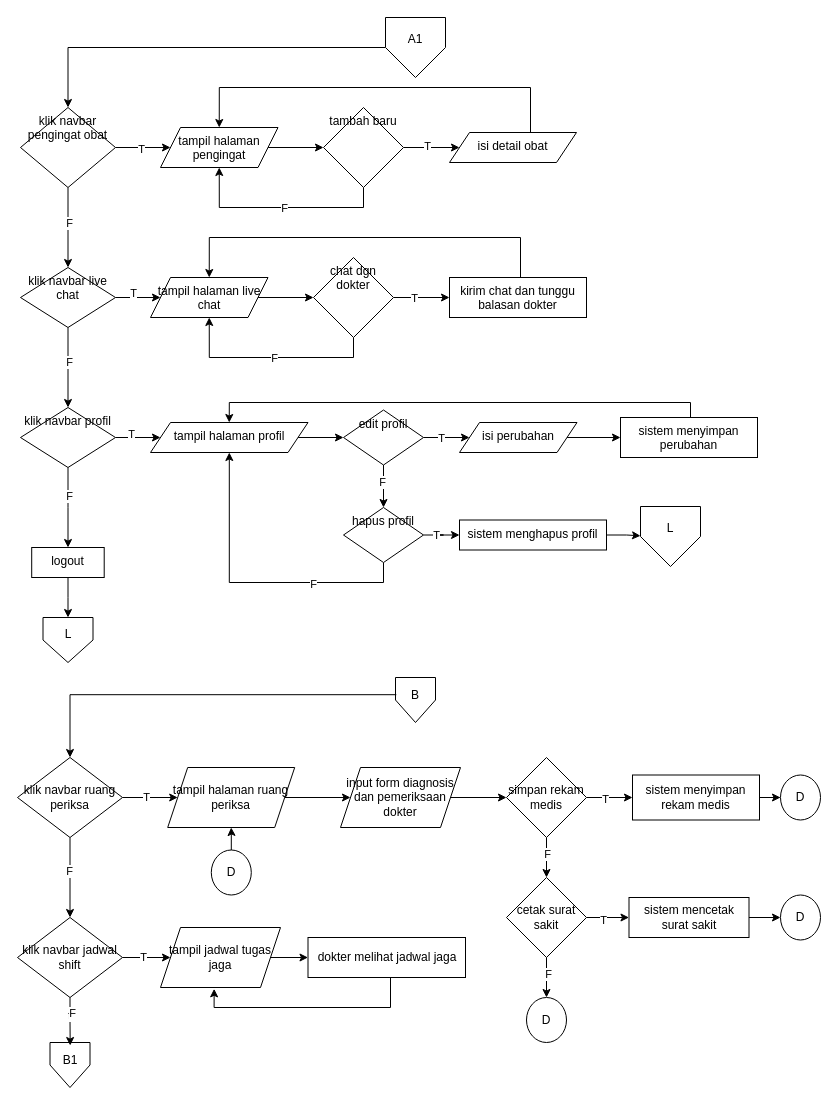
This is page "Page-3" (3 of 8) of FLOWCHART SENTRA FARMA.drawio from rayshaaaf/PROJECT-SENTRA-FARMA, a draw.io file, before an edit. Source tidied: cells renumbered, new cells numbered last; positions are measured from the earlier drawing's top-left corner, leaving out a move shared by most shapes. Both pictures are drawn from the tidied source at 100%, with x=0, y=0 at pixel (17, 17).
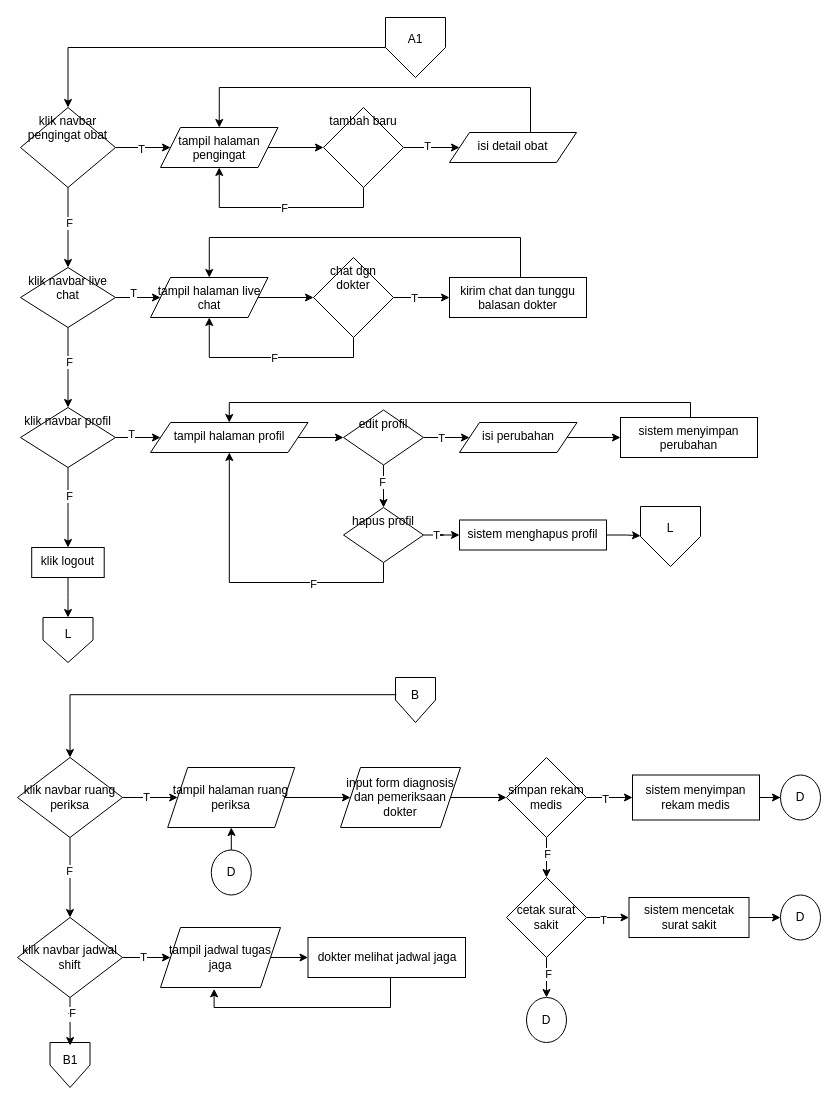
After the change.

Diff of the diagram source:
```diff
@@
-    <mxCell id="59" value="logout" style="whiteSpace=wrap;html=1;verticalAlign=top;rounded=0;" parent="1" vertex="1">
+    <mxCell id="59" value="klik logout" style="whiteSpace=wrap;html=1;verticalAlign=top;rounded=0;" parent="1" vertex="1">
       <mxGeometry x="14.2" y="530" width="72.5" height="30" as="geometry" />
     </mxCell>
```
